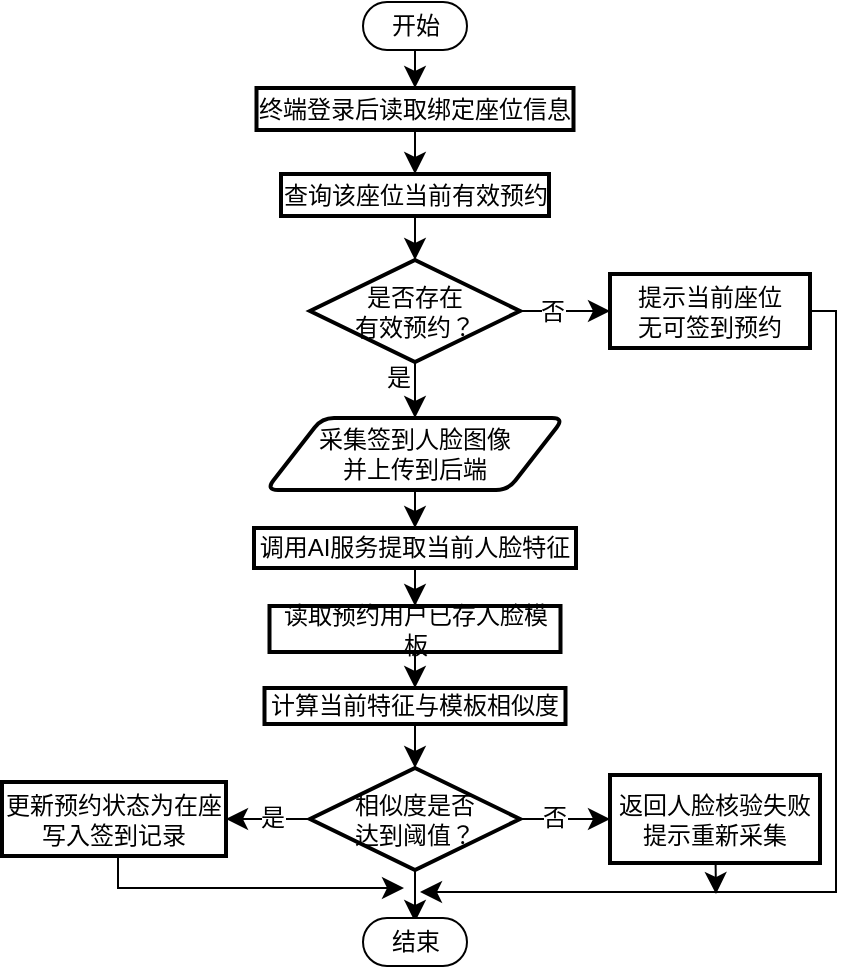
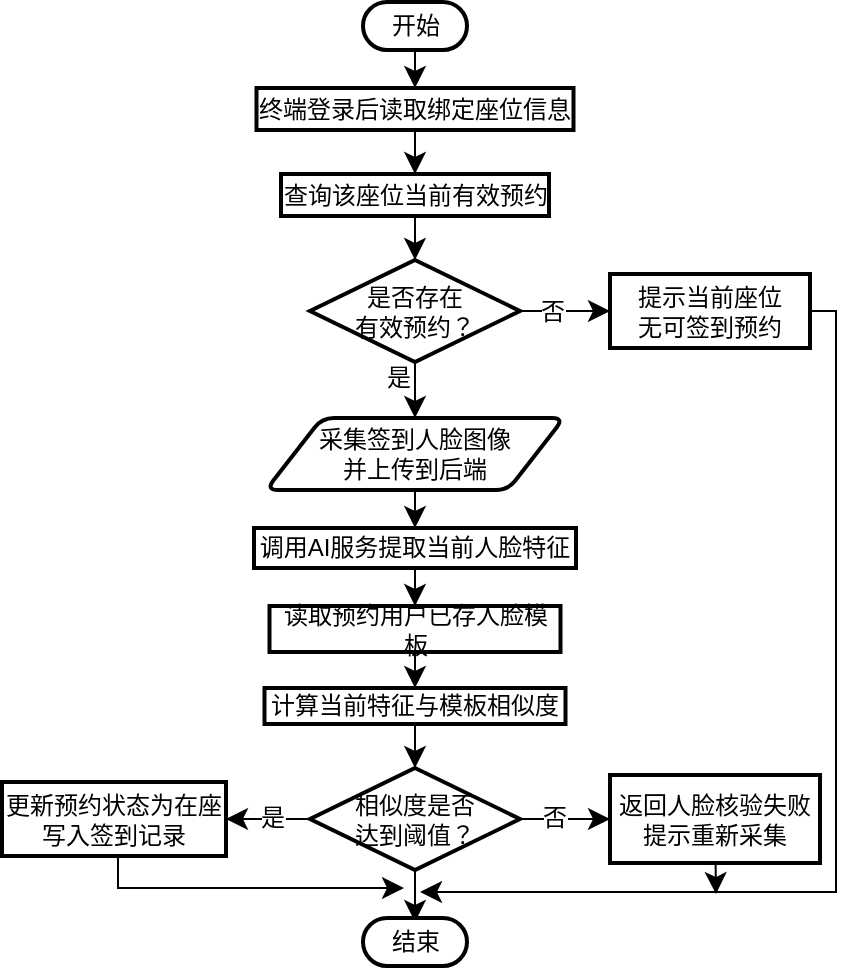
<mxfile host="app.diagrams.net">
  <diagram name="Page-1" id="8lLKHZ3rRKnPcOL9lak8">
    <mxGraphModel dx="1221" dy="980" grid="0" gridSize="10" guides="1" tooltips="1" connect="1" arrows="1" fold="1" page="0" pageScale="1" pageWidth="827" pageHeight="1169" math="0" shadow="0">
      <root>
        <mxCell id="0" />
        <mxCell id="1" parent="0" />
        <mxCell id="MLzEqE3sRS0SU0LMEjgZ-15" edge="1" parent="1" style="edgeStyle=none;curved=1;rounded=0;orthogonalLoop=1;jettySize=auto;html=1;entryX=0.5;entryY=0;entryDx=0;entryDy=0;fontSize=12;startSize=8;endSize=8;" target="MLzEqE3sRS0SU0LMEjgZ-2">
          <mxGeometry relative="1" as="geometry">
            <mxPoint x="168.5" y="-236" as="sourcePoint" />
          </mxGeometry>
        </mxCell>
        <mxCell id="MLzEqE3sRS0SU0LMEjgZ-16" edge="1" parent="1" source="MLzEqE3sRS0SU0LMEjgZ-2" style="edgeStyle=none;curved=1;rounded=0;orthogonalLoop=1;jettySize=auto;html=1;fontSize=12;startSize=8;endSize=8;" target="MLzEqE3sRS0SU0LMEjgZ-3">
          <mxGeometry relative="1" as="geometry" />
        </mxCell>
        <mxCell id="MLzEqE3sRS0SU0LMEjgZ-2" parent="1" style="rounded=1;whiteSpace=wrap;html=1;absoluteArcSize=1;arcSize=0;strokeWidth=2;" value="终端登录后读取&lt;span style=&quot;background-color: transparent; color: light-dark(rgb(0, 0, 0), rgb(255, 255, 255));&quot;&gt;绑定座位信息&lt;/span&gt;" vertex="1">
          <mxGeometry height="21" width="158.5" x="89.25" y="-217" as="geometry" />
        </mxCell>
        <mxCell id="MLzEqE3sRS0SU0LMEjgZ-3" parent="1" style="rounded=1;whiteSpace=wrap;html=1;absoluteArcSize=1;arcSize=0;strokeWidth=2;" value="查询该座位当前有效预约" vertex="1">
          <mxGeometry height="21" width="134" x="101.5" y="-174" as="geometry" />
        </mxCell>
        <mxCell id="MLzEqE3sRS0SU0LMEjgZ-34" edge="1" parent="1" source="MLzEqE3sRS0SU0LMEjgZ-4" style="edgeStyle=orthogonalEdgeStyle;rounded=0;orthogonalLoop=1;jettySize=auto;html=1;fontSize=12;startSize=8;endSize=8;exitX=1;exitY=0.5;exitDx=0;exitDy=0;">
          <mxGeometry relative="1" as="geometry">
            <Array as="points">
              <mxPoint x="379" y="-106" />
              <mxPoint x="379" y="185" />
              <mxPoint x="174" y="185" />
            </Array>
            <mxPoint x="370" y="-63" as="sourcePoint" />
            <mxPoint x="171" y="185" as="targetPoint" />
          </mxGeometry>
        </mxCell>
        <mxCell id="MLzEqE3sRS0SU0LMEjgZ-4" parent="1" style="rounded=1;whiteSpace=wrap;html=1;absoluteArcSize=1;arcSize=0;strokeWidth=2;" value="提示当前座位&lt;div&gt;无可签到预约&lt;/div&gt;" vertex="1">
          <mxGeometry height="37" width="100" x="266" y="-124" as="geometry" />
        </mxCell>
        <mxCell id="MLzEqE3sRS0SU0LMEjgZ-18" edge="1" parent="1" source="MLzEqE3sRS0SU0LMEjgZ-5" style="edgeStyle=none;curved=1;rounded=0;orthogonalLoop=1;jettySize=auto;html=1;entryX=0;entryY=0.5;entryDx=0;entryDy=0;fontSize=12;startSize=8;endSize=8;" target="MLzEqE3sRS0SU0LMEjgZ-4">
          <mxGeometry relative="1" as="geometry" />
        </mxCell>
        <mxCell id="MLzEqE3sRS0SU0LMEjgZ-19" connectable="0" parent="MLzEqE3sRS0SU0LMEjgZ-18" style="edgeLabel;html=1;align=center;verticalAlign=middle;resizable=0;points=[];fontSize=12;" value="否" vertex="1">
          <mxGeometry relative="1" x="-0.2933" y="1" as="geometry">
            <mxPoint y="1" as="offset" />
          </mxGeometry>
        </mxCell>
        <mxCell id="MLzEqE3sRS0SU0LMEjgZ-20" edge="1" parent="1" source="MLzEqE3sRS0SU0LMEjgZ-5" style="edgeStyle=none;curved=1;rounded=0;orthogonalLoop=1;jettySize=auto;html=1;entryX=0.5;entryY=0;entryDx=0;entryDy=0;fontSize=12;startSize=8;endSize=8;" target="MLzEqE3sRS0SU0LMEjgZ-6">
          <mxGeometry relative="1" as="geometry" />
        </mxCell>
        <mxCell id="MLzEqE3sRS0SU0LMEjgZ-21" connectable="0" parent="MLzEqE3sRS0SU0LMEjgZ-20" style="edgeLabel;html=1;align=center;verticalAlign=middle;resizable=0;points=[];fontSize=12;" value="是" vertex="1">
          <mxGeometry relative="1" x="-0.1525" y="2" as="geometry">
            <mxPoint x="-11" y="-4" as="offset" />
          </mxGeometry>
        </mxCell>
        <mxCell id="MLzEqE3sRS0SU0LMEjgZ-5" parent="1" style="strokeWidth=2;html=1;shape=mxgraph.flowchart.decision;whiteSpace=wrap;" value="是否存在&lt;div&gt;有效预约？&lt;/div&gt;" vertex="1">
          <mxGeometry height="51" width="105" x="116" y="-131" as="geometry" />
        </mxCell>
        <mxCell id="MLzEqE3sRS0SU0LMEjgZ-22" edge="1" parent="1" source="MLzEqE3sRS0SU0LMEjgZ-6" style="edgeStyle=none;curved=1;rounded=0;orthogonalLoop=1;jettySize=auto;html=1;entryX=0.5;entryY=0;entryDx=0;entryDy=0;fontSize=12;startSize=8;endSize=8;" target="MLzEqE3sRS0SU0LMEjgZ-7">
          <mxGeometry relative="1" as="geometry" />
        </mxCell>
        <mxCell id="MLzEqE3sRS0SU0LMEjgZ-6" parent="1" style="shape=parallelogram;html=1;strokeWidth=2;perimeter=parallelogramPerimeter;whiteSpace=wrap;rounded=1;arcSize=12;size=0.18791951429123846;" value="采集签到人脸图像&lt;br&gt;并上传到后端" vertex="1">
          <mxGeometry height="36" width="149" x="94" y="-52" as="geometry" />
        </mxCell>
        <mxCell id="MLzEqE3sRS0SU0LMEjgZ-23" edge="1" parent="1" source="MLzEqE3sRS0SU0LMEjgZ-7" style="edgeStyle=none;curved=1;rounded=0;orthogonalLoop=1;jettySize=auto;html=1;fontSize=12;startSize=8;endSize=8;" target="MLzEqE3sRS0SU0LMEjgZ-8">
          <mxGeometry relative="1" as="geometry" />
        </mxCell>
        <mxCell id="MLzEqE3sRS0SU0LMEjgZ-7" parent="1" style="rounded=1;whiteSpace=wrap;html=1;absoluteArcSize=1;arcSize=0;strokeWidth=2;" value="调用AI服务提取当前人脸特征" vertex="1">
          <mxGeometry height="20" width="161" x="88" y="3" as="geometry" />
        </mxCell>
        <mxCell id="MLzEqE3sRS0SU0LMEjgZ-24" edge="1" parent="1" source="MLzEqE3sRS0SU0LMEjgZ-8" style="edgeStyle=none;curved=1;rounded=0;orthogonalLoop=1;jettySize=auto;html=1;entryX=0.5;entryY=0;entryDx=0;entryDy=0;fontSize=12;startSize=8;endSize=8;" target="MLzEqE3sRS0SU0LMEjgZ-9">
          <mxGeometry relative="1" as="geometry" />
        </mxCell>
        <mxCell id="MLzEqE3sRS0SU0LMEjgZ-8" parent="1" style="rounded=1;whiteSpace=wrap;html=1;absoluteArcSize=1;arcSize=0;strokeWidth=2;" value="读取预约用户&lt;span style=&quot;background-color: transparent; color: light-dark(rgb(0, 0, 0), rgb(255, 255, 255));&quot;&gt;已存人脸模板&lt;/span&gt;" vertex="1">
          <mxGeometry height="23" width="145.5" x="95.75" y="42" as="geometry" />
        </mxCell>
        <mxCell id="MLzEqE3sRS0SU0LMEjgZ-25" edge="1" parent="1" source="MLzEqE3sRS0SU0LMEjgZ-9" style="edgeStyle=none;curved=1;rounded=0;orthogonalLoop=1;jettySize=auto;html=1;fontSize=12;startSize=8;endSize=8;" target="MLzEqE3sRS0SU0LMEjgZ-11">
          <mxGeometry relative="1" as="geometry" />
        </mxCell>
        <mxCell id="MLzEqE3sRS0SU0LMEjgZ-9" parent="1" style="rounded=1;whiteSpace=wrap;html=1;absoluteArcSize=1;arcSize=0;strokeWidth=2;" value="计算当前特征&lt;span style=&quot;background-color: transparent; color: light-dark(rgb(0, 0, 0), rgb(255, 255, 255));&quot;&gt;与模板相似度&lt;/span&gt;" vertex="1">
          <mxGeometry height="18" width="150.5" x="93.25" y="83" as="geometry" />
        </mxCell>
        <mxCell id="MLzEqE3sRS0SU0LMEjgZ-26" edge="1" parent="1" source="MLzEqE3sRS0SU0LMEjgZ-11" style="edgeStyle=none;curved=1;rounded=0;orthogonalLoop=1;jettySize=auto;html=1;entryX=0;entryY=0.5;entryDx=0;entryDy=0;fontSize=12;startSize=8;endSize=8;" target="MLzEqE3sRS0SU0LMEjgZ-13">
          <mxGeometry relative="1" as="geometry" />
        </mxCell>
        <mxCell id="MLzEqE3sRS0SU0LMEjgZ-27" connectable="0" parent="MLzEqE3sRS0SU0LMEjgZ-26" style="edgeLabel;html=1;align=center;verticalAlign=middle;resizable=0;points=[];fontSize=12;" value="否" vertex="1">
          <mxGeometry relative="1" x="-0.2616" y="1" as="geometry">
            <mxPoint as="offset" />
          </mxGeometry>
        </mxCell>
        <mxCell id="MLzEqE3sRS0SU0LMEjgZ-28" edge="1" parent="1" source="MLzEqE3sRS0SU0LMEjgZ-11" style="edgeStyle=none;curved=1;rounded=0;orthogonalLoop=1;jettySize=auto;html=1;entryX=1;entryY=0.5;entryDx=0;entryDy=0;fontSize=12;startSize=8;endSize=8;" target="MLzEqE3sRS0SU0LMEjgZ-14">
          <mxGeometry relative="1" as="geometry" />
        </mxCell>
        <mxCell id="MLzEqE3sRS0SU0LMEjgZ-29" connectable="0" parent="MLzEqE3sRS0SU0LMEjgZ-28" style="edgeLabel;html=1;align=center;verticalAlign=middle;resizable=0;points=[];fontSize=12;" value="是" vertex="1">
          <mxGeometry relative="1" x="-0.0833" y="-1" as="geometry">
            <mxPoint as="offset" />
          </mxGeometry>
        </mxCell>
        <mxCell id="MLzEqE3sRS0SU0LMEjgZ-11" parent="1" style="strokeWidth=2;html=1;shape=mxgraph.flowchart.decision;whiteSpace=wrap;" value="相似度是否&lt;div&gt;达到阈值？&lt;/div&gt;" vertex="1">
          <mxGeometry height="51" width="105" x="116" y="123" as="geometry" />
        </mxCell>
        <mxCell id="MLzEqE3sRS0SU0LMEjgZ-35" edge="1" parent="1" source="MLzEqE3sRS0SU0LMEjgZ-13" style="edgeStyle=none;curved=1;rounded=0;orthogonalLoop=1;jettySize=auto;html=1;fontSize=12;startSize=8;endSize=8;">
          <mxGeometry relative="1" as="geometry">
            <mxPoint x="319" y="186" as="targetPoint" />
          </mxGeometry>
        </mxCell>
        <mxCell id="MLzEqE3sRS0SU0LMEjgZ-13" parent="1" style="rounded=1;whiteSpace=wrap;html=1;absoluteArcSize=1;arcSize=0;strokeWidth=2;" value="返回人脸核验失败&lt;div&gt;提示重新采集&lt;/div&gt;" vertex="1">
          <mxGeometry height="44" width="105" x="266" y="126.5" as="geometry" />
        </mxCell>
        <mxCell id="MLzEqE3sRS0SU0LMEjgZ-14" parent="1" style="rounded=1;whiteSpace=wrap;html=1;absoluteArcSize=1;arcSize=0;strokeWidth=2;" value="更新预约状态为在座&lt;div&gt;写入签到记录&lt;/div&gt;" vertex="1">
          <mxGeometry height="37" width="112" x="-38" y="130" as="geometry" />
        </mxCell>
        <mxCell id="MLzEqE3sRS0SU0LMEjgZ-17" edge="1" parent="1" source="MLzEqE3sRS0SU0LMEjgZ-3" style="edgeStyle=none;curved=1;rounded=0;orthogonalLoop=1;jettySize=auto;html=1;entryX=0.5;entryY=0;entryDx=0;entryDy=0;entryPerimeter=0;fontSize=12;startSize=8;endSize=8;" target="MLzEqE3sRS0SU0LMEjgZ-5">
          <mxGeometry relative="1" as="geometry" />
        </mxCell>
        <mxCell id="MLzEqE3sRS0SU0LMEjgZ-30" edge="1" parent="1" source="MLzEqE3sRS0SU0LMEjgZ-11" style="edgeStyle=none;curved=1;rounded=0;orthogonalLoop=1;jettySize=auto;html=1;exitX=0.5;exitY=1;exitDx=0;exitDy=0;exitPerimeter=0;entryX=0.5;entryY=0;entryDx=0;entryDy=0;entryPerimeter=0;fontSize=12;startSize=8;endSize=8;">
          <mxGeometry relative="1" as="geometry">
            <mxPoint x="168.5" y="200" as="targetPoint" />
          </mxGeometry>
        </mxCell>
        <mxCell id="MLzEqE3sRS0SU0LMEjgZ-31" edge="1" parent="1" source="MLzEqE3sRS0SU0LMEjgZ-14" style="edgeStyle=orthogonalEdgeStyle;rounded=0;orthogonalLoop=1;jettySize=auto;html=1;fontSize=12;startSize=8;endSize=8;exitX=0.5;exitY=1;exitDx=0;exitDy=0;">
          <mxGeometry relative="1" as="geometry">
            <Array as="points">
              <mxPoint x="20" y="167" />
              <mxPoint x="20" y="183" />
              <mxPoint x="163" y="183" />
            </Array>
            <mxPoint x="163" y="183" as="targetPoint" />
          </mxGeometry>
        </mxCell>
-         <mxCell id="oX9Rjs36QG6aH6HQxNC2-1" parent="1" style="rounded=1;whiteSpace=wrap;html=1;arcSize=50;" value="开始" vertex="1">
+         <mxCell id="oX9Rjs36QG6aH6HQxNC2-1" parent="1" style="rounded=1;whiteSpace=wrap;html=1;arcSize=50;strokeWidth=2;" value="开始" vertex="1">
          <mxGeometry height="24" width="52" x="142.5" y="-260" as="geometry" />
        </mxCell>
-         <mxCell id="oX9Rjs36QG6aH6HQxNC2-3" parent="1" style="rounded=1;whiteSpace=wrap;html=1;arcSize=50;" value="结束" vertex="1">
+         <mxCell id="oX9Rjs36QG6aH6HQxNC2-3" parent="1" style="rounded=1;whiteSpace=wrap;html=1;arcSize=50;strokeWidth=2;" value="结束" vertex="1">
          <mxGeometry height="24" width="52" x="142.5" y="198" as="geometry" />
        </mxCell>
      </root>
    </mxGraphModel>
  </diagram>
</mxfile>
